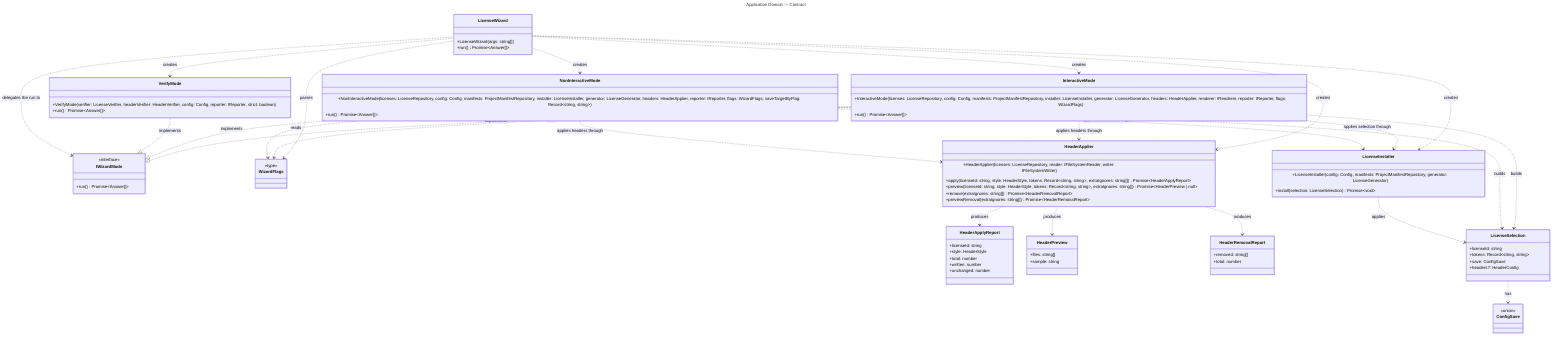
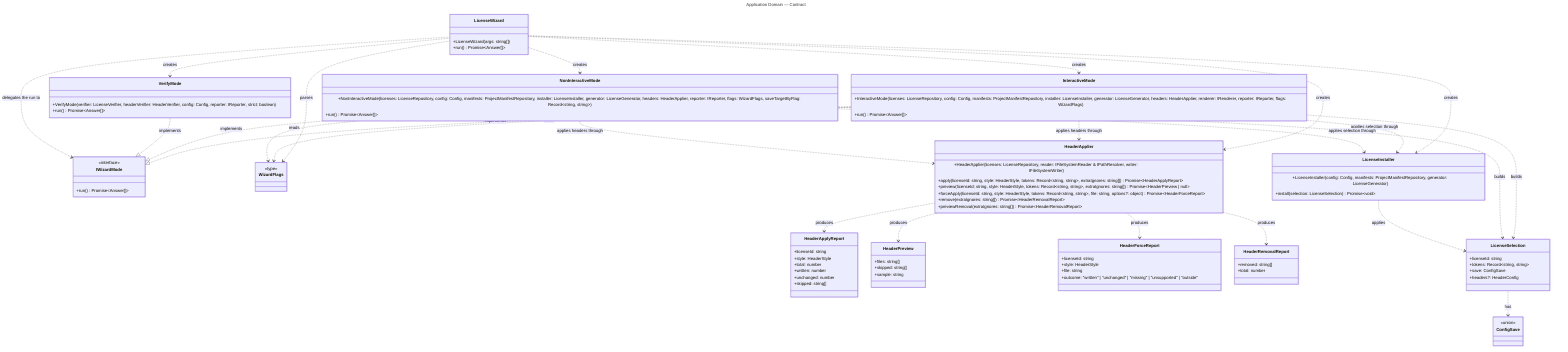
---
title: Application Domain — Contract
---
classDiagram
  direction TB

  %% Domain: Application (src root + src/modes)
  %% Focused per-domain view extracted from ../class-diagram.mmd.
  %% Shows ONLY Application-domain classes and their intra-domain relationships.
  %% Cross-domain relationships (to CLI, Licensing, Configuration, Headers, Verify)
  %% are intentionally omitted — see ../class-diagram.mmd for the full picture.
  %%
  %% LicenseWizard is the bootstrap / composition root and the mode router: it
  %% wires the shared graph together and delegates each run to one of the three
  %% modes through the IWizardMode contract. Most of its (and the modes')
  %% relationships point outward into other domains and so do not appear here.

  class LicenseWizard {
    +LicenseWizard(args: string[])
    +run() Promise~Answer[]~
  }

  class IWizardMode {
    <<interface>>
    +run() Promise~Answer[]~
  }

  class InteractiveMode {
    +InteractiveMode(licenses: LicenseRepository, config: Config, manifests: ProjectManifestRepository, installer: LicenseInstaller, generator: LicenseGenerator, headers: HeaderApplier, renderer: IRenderer, reporter: IReporter, flags: WizardFlags)
    +run() Promise~Answer[]~
  }

  class NonInteractiveMode {
    +NonInteractiveMode(licenses: LicenseRepository, config: Config, manifests: ProjectManifestRepository, installer: LicenseInstaller, generator: LicenseGenerator, headers: HeaderApplier, reporter: IReporter, flags: WizardFlags, saveTargetByFlag: Record~string, string~)
    +run() Promise~Answer[]~
  }

  class VerifyMode {
    +VerifyMode(verifier: LicenseVerifier, headerVerifier: HeaderVerifier, config: Config, reporter: IReporter, strict: boolean)
    +run() Promise~Answer[]~
  }

  class WizardFlags {
    <<type>>
  }

  class LicenseInstaller {
    +LicenseInstaller(config: Config, manifests: ProjectManifestRepository, generator: LicenseGenerator)
    +install(selection: LicenseSelection) Promise~void~
  }

  class HeaderApplier {
-     +HeaderApplier(licenses: LicenseRepository, reader: IFileSystemReader, writer: IFileSystemWriter)
+     +HeaderApplier(licenses: LicenseRepository, reader: IFileSystemReader & IPathResolver, writer: IFileSystemWriter)
    +apply(licenseId: string, style: HeaderStyle, tokens: Record~string, string~, extraIgnores: string[]) Promise~HeaderApplyReport~
    +preview(licenseId: string, style: HeaderStyle, tokens: Record~string, string~, extraIgnores: string[]) Promise~HeaderPreview | null~
+     +forceApply(licenseId: string, style: HeaderStyle, tokens: Record~string, string~, file: string, options?: object) Promise~HeaderForceReport~
    +remove(extraIgnores: string[]) Promise~HeaderRemovalReport~
    +previewRemoval(extraIgnores: string[]) Promise~HeaderRemovalReport~
  }

  class HeaderApplyReport {
    +licenseId: string
    +style: HeaderStyle
    +total: number
    +written: number
    +unchanged: number
+     +skipped: string[]
  }

  class HeaderPreview {
    +files: string[]
+     +skipped: string[]
    +sample: string
+   }
+ 
+   class HeaderForceReport {
+     +licenseId: string
+     +style: HeaderStyle
+     +file: string
+     +outcome: "written" | "unchanged" | "missing" | "unsupported" | "outside"
  }

  class HeaderRemovalReport {
    +removed: string[]
    +total: number
  }

  class LicenseSelection {
    +licenseId: string
    +tokens: Record~string, string~
    +save: ConfigSave
    +headers?: HeaderConfig
  }

  class ConfigSave {
    <<union>>
  }

  InteractiveMode ..|> IWizardMode : implements
  NonInteractiveMode ..|> IWizardMode : implements
  VerifyMode ..|> IWizardMode : implements

  LicenseWizard ..> IWizardMode : delegates the run to
  LicenseWizard ..> InteractiveMode : creates
  LicenseWizard ..> NonInteractiveMode : creates
  LicenseWizard ..> VerifyMode : creates
  LicenseWizard ..> LicenseInstaller : creates
  LicenseWizard ..> HeaderApplier : creates
  LicenseWizard ..> WizardFlags : parses

  InteractiveMode ..> LicenseInstaller : applies selection through
  NonInteractiveMode ..> LicenseInstaller : applies selection through
  InteractiveMode ..> HeaderApplier : applies headers through
  NonInteractiveMode ..> HeaderApplier : applies headers through
  InteractiveMode ..> LicenseSelection : builds
  NonInteractiveMode ..> LicenseSelection : builds
  InteractiveMode ..> WizardFlags : reads
  NonInteractiveMode ..> WizardFlags : reads

  LicenseInstaller ..> LicenseSelection : applies
  LicenseSelection ..> ConfigSave : has
  HeaderApplier ..> HeaderApplyReport : produces
  HeaderApplier ..> HeaderPreview : produces
+   HeaderApplier ..> HeaderForceReport : produces
  HeaderApplier ..> HeaderRemovalReport : produces
